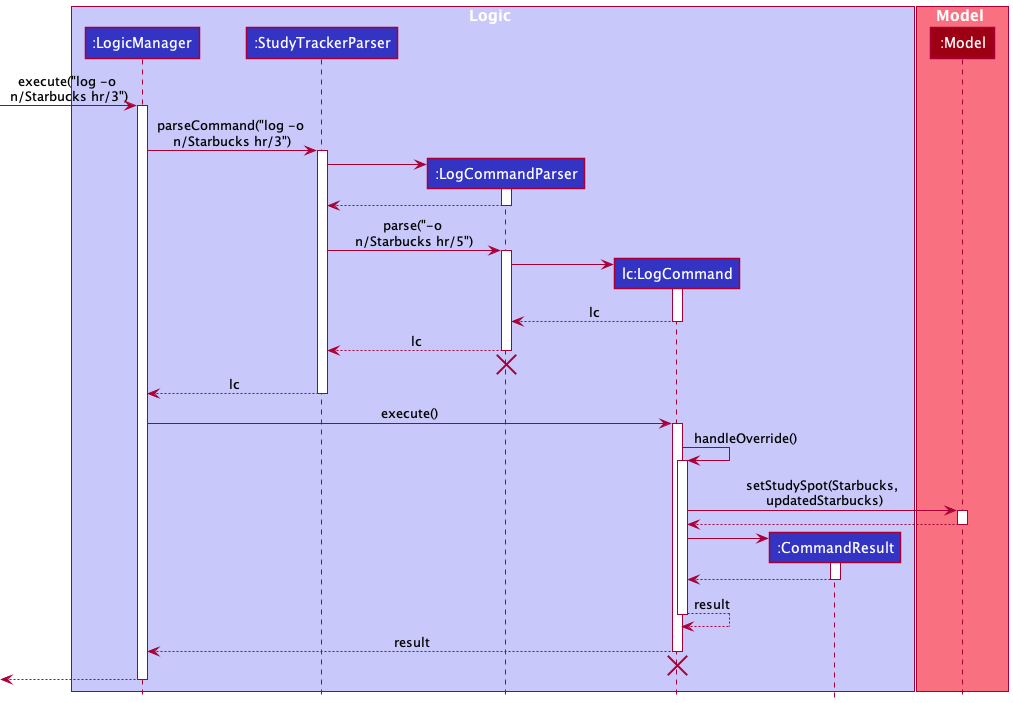
Earlier version of the PlantUML export docs/images/LogSequenceDiagramWithFlagO.png (ruoyann/tp).
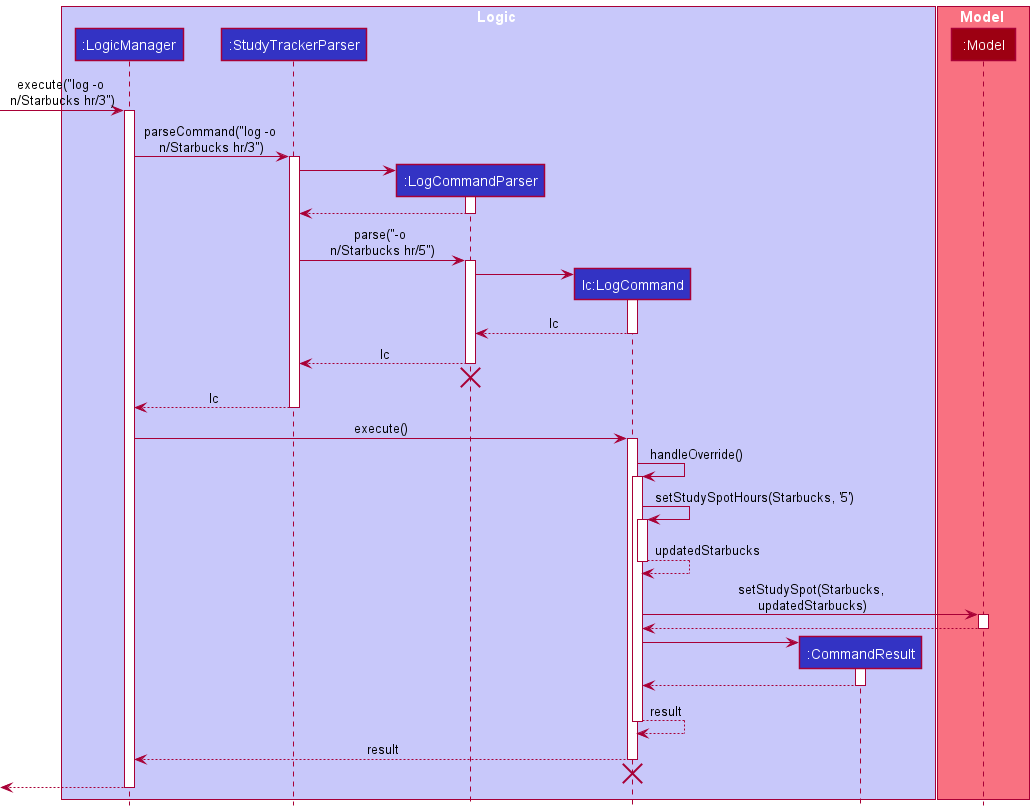
After the commit.

Commit message:
Update sequence diagram for `log -ra`, and correct sequence diagrams

Diff of the diagram source:
```diff
@@ -50,6 +50,12 @@
 LogCommand -> LogCommand : handleOverride()
 activate LogCommand
 
+LogCommand -> LogCommand : setStudySpotHours(Starbucks, '5')
+activate LogCommand
+
+LogCommand --> LogCommand : updatedStarbucks
+deactivate LogCommand
+
 LogCommand -> Model : setStudySpot(Starbucks,\n updatedStarbucks)
 activate Model
 
```
